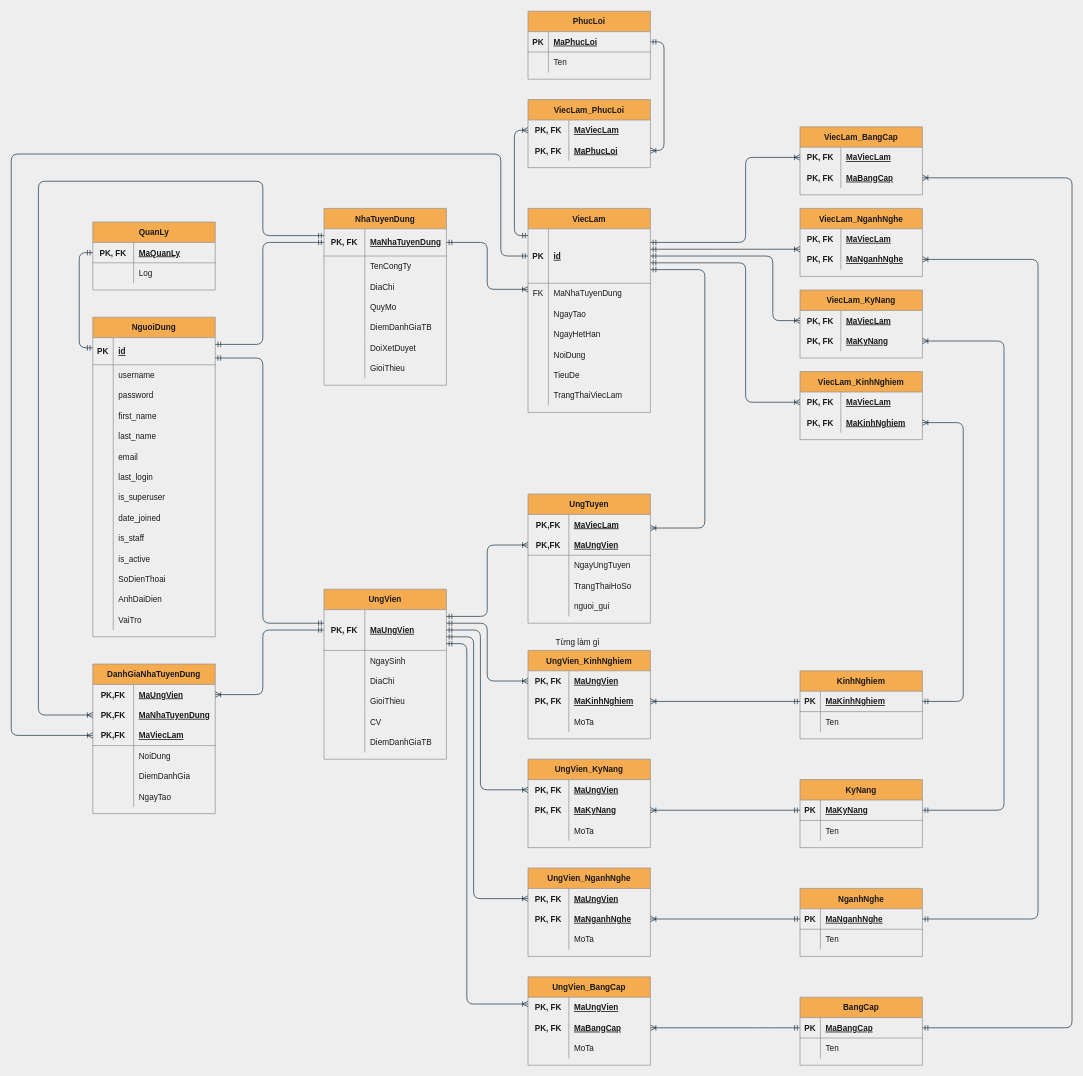
Above: page "ERD" (1 of 2) of docs/db_design.drawio in quoctann/website-gioi-thieu-viec-lam (draw.io), before the change. Source tidied: cells renumbered, new cells numbered last; positions are measured from the earlier drawing's top-left corner, leaving out a move shared by most shapes. Both pictures are drawn from the tidied source at 68%, with x=0, y=0 at pixel (11, 11).
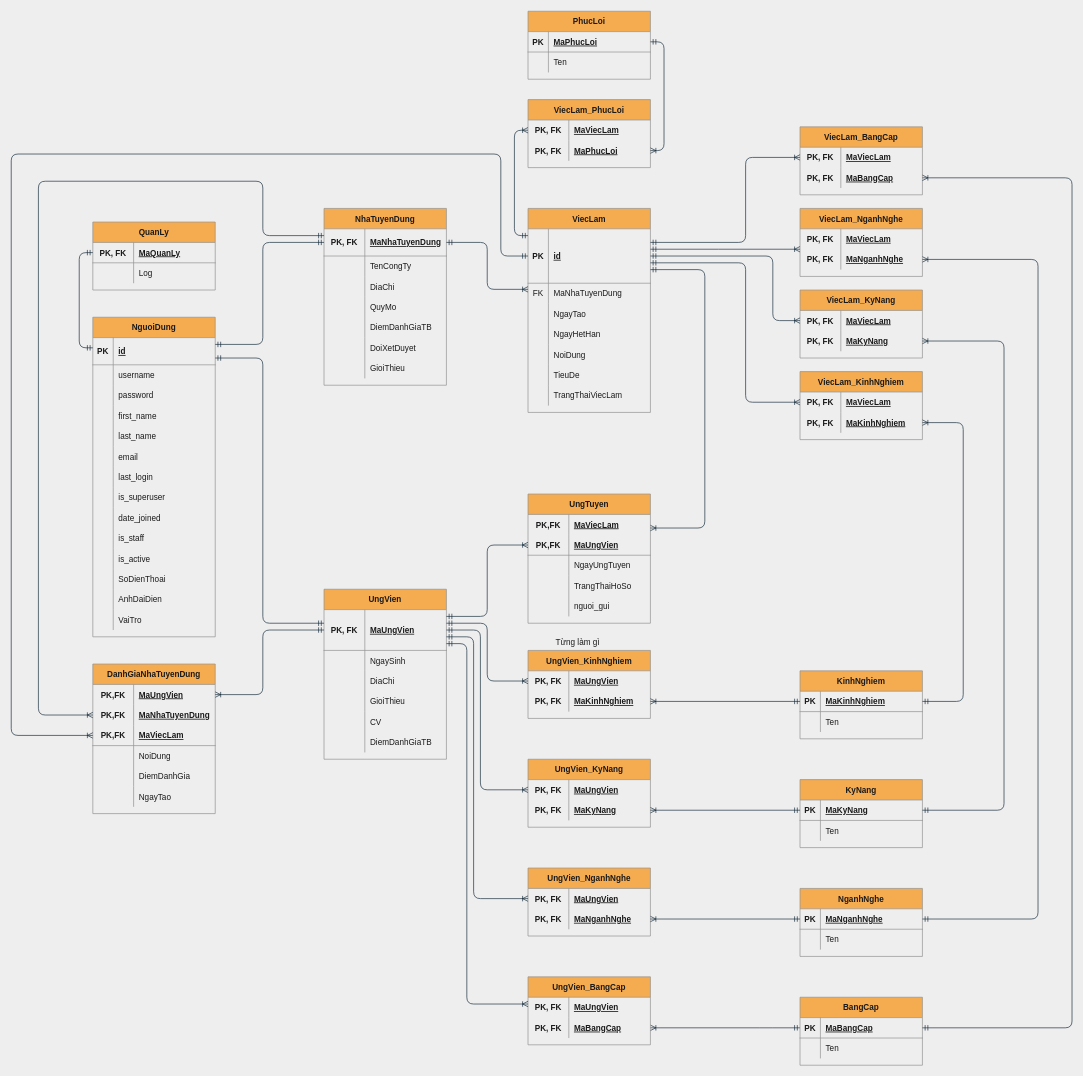
Above is the later version.

What changed in the source:
```diff
@@
     <mxCell id="173" value="UngVien_NganhNghe" style="shape=table;startSize=30;childLayout=tableLayout;rowLines=0;fontStyle=1;align=center;fillColor=#F5AB50;strokeColor=#909090;fontColor=#1A1A1A;" parent="1" vertex="1">
-      <mxGeometry x="760" y="1260" width="180" height="130" as="geometry" />
+      <mxGeometry x="760" y="1260" width="180" height="100" as="geometry" />
     </mxCell>
@@
-    <mxCell id="180" style="shape=partialRectangle;fillColor=none;top=0;left=0;bottom=1;right=0;strokeColor=none;fontColor=#1A1A1A;" parent="173" vertex="1">
-      <mxGeometry y="90" width="180" height="30" as="geometry" />
-    </mxCell>
-    <mxCell id="181" style="shape=partialRectangle;fillColor=none;top=0;left=0;bottom=0;right=0;fontStyle=1;overflow=hidden;strokeColor=#909090;fontColor=#1A1A1A;" parent="180" vertex="1">
-      <mxGeometry width="60" height="30" as="geometry" />
-    </mxCell>
-    <mxCell id="182" value="MoTa" style="shape=partialRectangle;fillColor=none;top=0;left=0;bottom=0;right=0;align=left;spacingLeft=6;fontStyle=0;overflow=hidden;strokeColor=#909090;fontColor=#1A1A1A;" parent="180" vertex="1">
-      <mxGeometry x="60" width="120" height="30" as="geometry" />
-    </mxCell>
     <mxCell id="183" value="UngVien_KyNang" style="shape=table;startSize=30;childLayout=tableLayout;rowLines=0;fontStyle=1;align=center;fillColor=#F5AB50;strokeColor=#909090;fontColor=#1A1A1A;" parent="1" vertex="1">
-      <mxGeometry x="760" y="1100" width="180" height="130" as="geometry" />
+      <mxGeometry x="760" y="1100" width="180" height="100" as="geometry" />
     </mxCell>
@@
-    <mxCell id="190" style="shape=partialRectangle;fillColor=none;top=0;left=0;bottom=1;right=0;strokeColor=none;fontColor=#1A1A1A;" parent="183" vertex="1">
-      <mxGeometry y="90" width="180" height="30" as="geometry" />
-    </mxCell>
-    <mxCell id="191" style="shape=partialRectangle;fillColor=none;top=0;left=0;bottom=0;right=0;fontStyle=1;overflow=hidden;strokeColor=#909090;fontColor=#1A1A1A;" parent="190" vertex="1">
-      <mxGeometry width="60" height="30" as="geometry" />
-    </mxCell>
-    <mxCell id="192" value="MoTa" style="shape=partialRectangle;fillColor=none;top=0;left=0;bottom=0;right=0;align=left;spacingLeft=6;fontStyle=0;overflow=hidden;strokeColor=#909090;fontColor=#1A1A1A;" parent="190" vertex="1">
-      <mxGeometry x="60" width="120" height="30" as="geometry" />
-    </mxCell>
     <mxCell id="193" value="UngVien_KinhNghiem" style="shape=table;startSize=30;childLayout=tableLayout;rowLines=0;fontStyle=1;align=center;fillColor=#F5AB50;strokeColor=#909090;fontColor=#1A1A1A;" parent="1" vertex="1">
-      <mxGeometry x="760" y="940" width="180" height="130" as="geometry" />
+      <mxGeometry x="760" y="940" width="180" height="100" as="geometry" />
     </mxCell>
@@
-    <mxCell id="200" style="shape=partialRectangle;fillColor=none;top=0;left=0;bottom=1;right=0;strokeColor=none;fontColor=#1A1A1A;" parent="193" vertex="1">
-      <mxGeometry y="90" width="180" height="30" as="geometry" />
-    </mxCell>
-    <mxCell id="201" style="shape=partialRectangle;fillColor=none;top=0;left=0;bottom=0;right=0;fontStyle=1;overflow=hidden;strokeColor=#909090;fontColor=#1A1A1A;" parent="200" vertex="1">
-      <mxGeometry width="60" height="30" as="geometry" />
-    </mxCell>
-    <mxCell id="202" value="MoTa" style="shape=partialRectangle;fillColor=none;top=0;left=0;bottom=0;right=0;align=left;spacingLeft=6;fontStyle=0;overflow=hidden;strokeColor=#909090;fontColor=#1A1A1A;" parent="200" vertex="1">
-      <mxGeometry x="60" width="120" height="30" as="geometry" />
-    </mxCell>
@@
     <mxCell id="275" value="UngVien_BangCap" style="shape=table;startSize=30;childLayout=tableLayout;rowLines=0;fontStyle=1;align=center;fillColor=#F5AB50;strokeColor=#909090;fontColor=#1A1A1A;" parent="1" vertex="1">
-      <mxGeometry x="760" y="1420" width="180" height="130" as="geometry" />
+      <mxGeometry x="760" y="1420" width="180" height="100" as="geometry" />
     </mxCell>
@@
-    <mxCell id="282" style="shape=partialRectangle;fillColor=none;top=0;left=0;bottom=1;right=0;strokeColor=none;fontColor=#1A1A1A;" parent="275" vertex="1">
-      <mxGeometry y="90" width="180" height="30" as="geometry" />
-    </mxCell>
-    <mxCell id="283" style="shape=partialRectangle;fillColor=none;top=0;left=0;bottom=0;right=0;fontStyle=1;overflow=hidden;strokeColor=#909090;fontColor=#1A1A1A;" parent="282" vertex="1">
-      <mxGeometry width="60" height="30" as="geometry" />
-    </mxCell>
-    <mxCell id="284" value="MoTa" style="shape=partialRectangle;fillColor=none;top=0;left=0;bottom=0;right=0;align=left;spacingLeft=6;fontStyle=0;overflow=hidden;strokeColor=#909090;fontColor=#1A1A1A;" parent="282" vertex="1">
-      <mxGeometry x="60" width="120" height="30" as="geometry" />
-    </mxCell>
```
